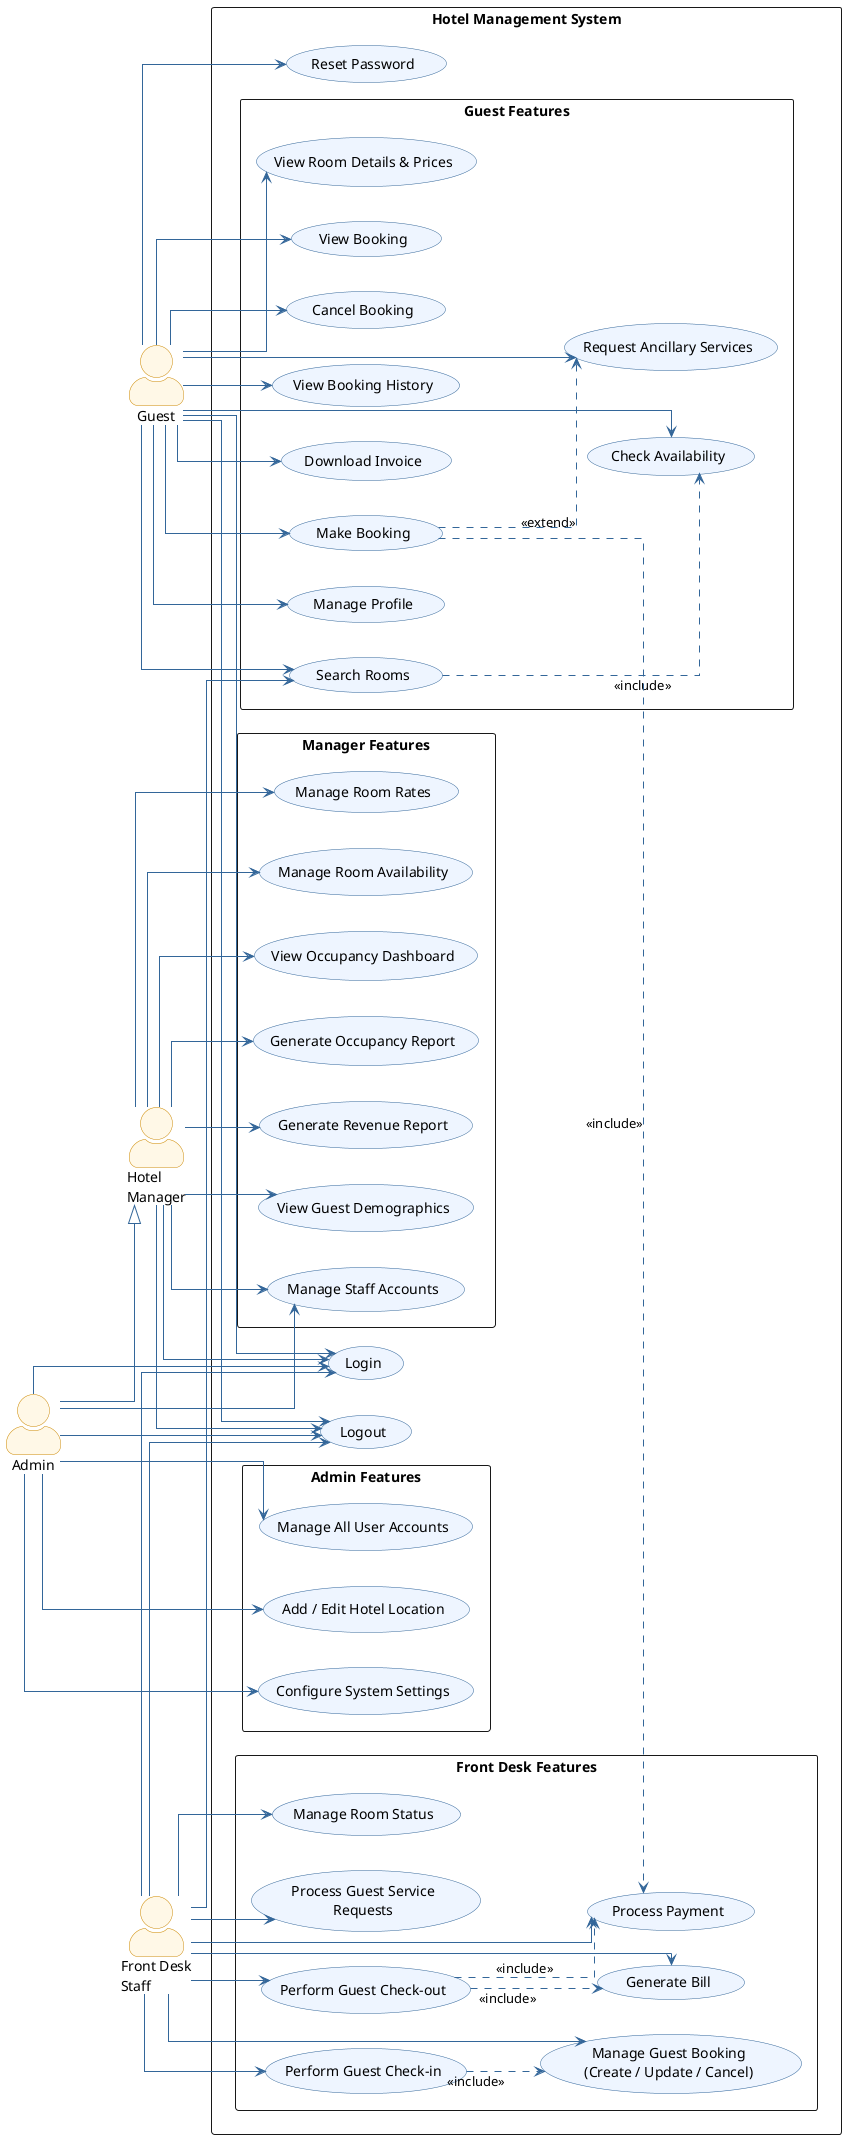
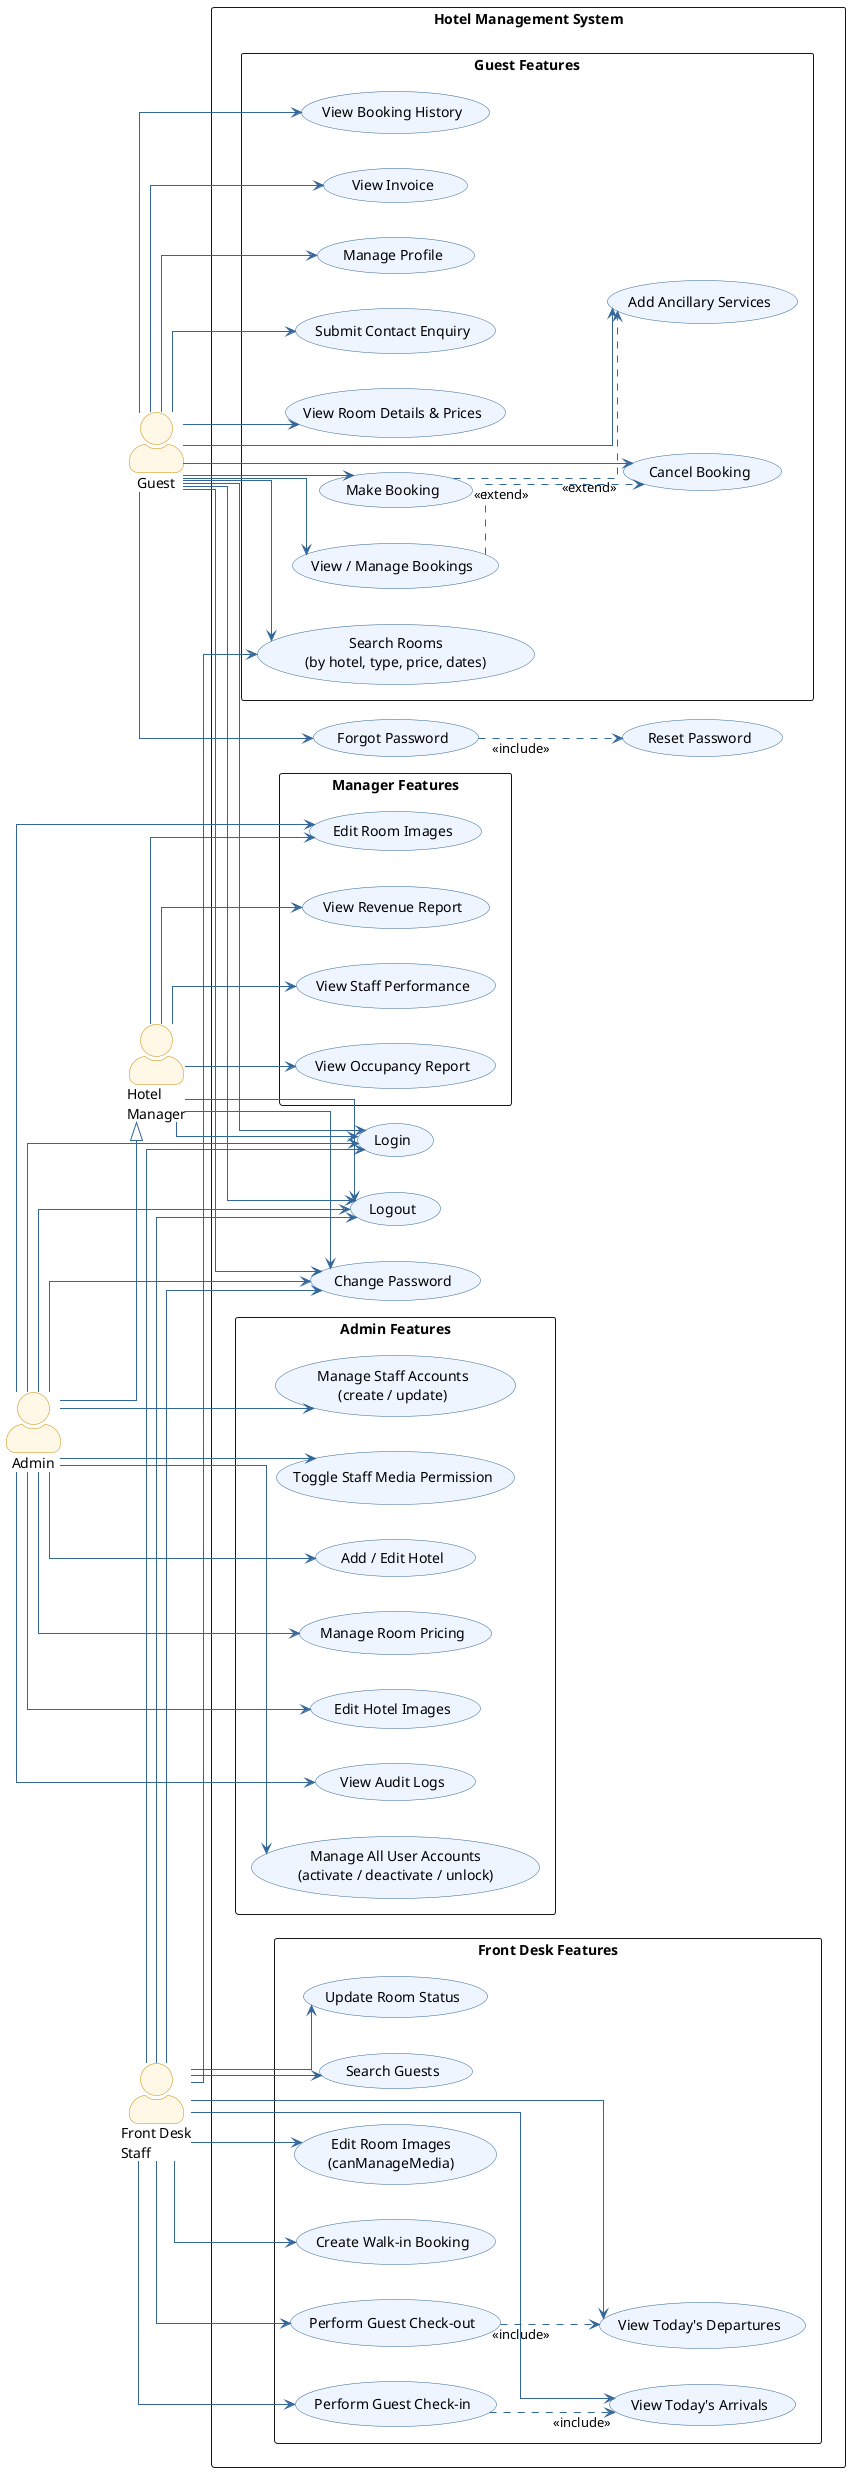
@startuml HMS_UseCaseDiagram
- ' Author: Aslan
+ ' Author: S2401265 Ahmed Aslan Ibrahim

skinparam actorStyle awesome
skinparam packageStyle rectangle
skinparam usecase {
  BackgroundColor #EEF5FF
  BorderColor #336699
}
skinparam actor {
  BackgroundColor #FFF8E7
  BorderColor #CC8800
}
skinparam ArrowColor #336699
skinparam linetype ortho

left to right direction

actor Guest          as G
actor "Front Desk\nStaff" as S
actor "Hotel\nManager"    as M
actor Admin          as A

rectangle "Hotel Management System" {

  ' ── Authentication (shared) ──
  usecase "Login"                         as UC_Login
  usecase "Logout"                        as UC_Logout
+   usecase "Change Password"               as UC_ChangePw
+   usecase "Forgot Password"               as UC_ForgotPw
  usecase "Reset Password"                as UC_ResetPw

  ' ── Guest use cases ──
  package "Guest Features" {
-     usecase "Search Rooms"                as UC_Search
+     usecase "Search Rooms\n(by hotel, type, price, dates)" as UC_Search
    usecase "View Room Details & Prices"  as UC_RoomDetail
-     usecase "Check Availability"          as UC_Avail
    usecase "Make Booking"                as UC_Book
-     usecase "View Booking"                as UC_ViewBook
+     usecase "View / Manage Bookings"      as UC_ViewBook
    usecase "Cancel Booking"              as UC_Cancel
-     usecase "Request Ancillary Services"  as UC_Services
+     usecase "Add Ancillary Services"      as UC_Services
    usecase "View Booking History"        as UC_History
-     usecase "Download Invoice"            as UC_Invoice
+     usecase "View Invoice"                as UC_Invoice
    usecase "Manage Profile"              as UC_Profile
+     usecase "Submit Contact Enquiry"      as UC_Contact
  }

  ' ── Front Desk Staff use cases ──
  package "Front Desk Features" {
-     usecase "Manage Guest Booking\n(Create / Update / Cancel)" as UC_ManageBook
+     usecase "View Today's Arrivals"       as UC_Arrivals
+     usecase "View Today's Departures"     as UC_Departures
+     usecase "Create Walk-in Booking"      as UC_WalkIn
    usecase "Perform Guest Check-in"      as UC_Checkin
    usecase "Perform Guest Check-out"     as UC_Checkout
-     usecase "Manage Room Status"          as UC_RoomStatus
-     usecase "Process Payment"             as UC_Payment
-     usecase "Generate Bill"               as UC_Bill
-     usecase "Process Guest Service\nRequests" as UC_SvcReq
+     usecase "Update Room Status"          as UC_RoomStatus
+     usecase "Search Guests"               as UC_GuestSearch
+     usecase "Edit Room Images\n(canManageMedia)" as UC_RoomImg
  }

  ' ── Hotel Manager use cases ──
  package "Manager Features" {
-     usecase "View Occupancy Dashboard"    as UC_Dashboard
-     usecase "Generate Occupancy Report"   as UC_OccRpt
-     usecase "Generate Revenue Report"     as UC_RevRpt
-     usecase "View Guest Demographics"     as UC_Demo
-     usecase "Manage Room Rates"           as UC_Rates
-     usecase "Manage Room Availability"    as UC_RoomAvail
-     usecase "Manage Staff Accounts"       as UC_StaffAcc
+     usecase "View Occupancy Report"       as UC_OccRpt
+     usecase "View Revenue Report"         as UC_RevRpt
+     usecase "View Staff Performance"      as UC_StaffPerf
+     usecase "Edit Room Images"            as UC_MgrRoomImg
  }

  ' ── Admin use cases ──
  package "Admin Features" {
-     usecase "Manage All User Accounts"    as UC_UserAcc
-     usecase "Add / Edit Hotel Location"   as UC_Hotel
-     usecase "Configure System Settings"   as UC_Settings
+     usecase "Manage All User Accounts\n(activate / deactivate / unlock)" as UC_UserAcc
+     usecase "Manage Staff Accounts\n(create / update)" as UC_StaffAcc
+     usecase "Toggle Staff Media Permission" as UC_MediaPerm
+     usecase "Add / Edit Hotel"            as UC_Hotel
+     usecase "Manage Room Pricing"         as UC_Pricing
+     usecase "Edit Hotel Images"           as UC_HotelImg
+     usecase "View Audit Logs"             as UC_Audit
  }

}

' ── Guest associations ──
G --> UC_Login
G --> UC_Logout
- G --> UC_ResetPw
+ G --> UC_ChangePw
+ G --> UC_ForgotPw
G --> UC_Search
G --> UC_RoomDetail
- G --> UC_Avail
G --> UC_Book
G --> UC_ViewBook
G --> UC_Cancel
G --> UC_Services
G --> UC_History
G --> UC_Invoice
G --> UC_Profile
+ G --> UC_Contact

- ' ── Search includes availability check ──
- UC_Search ..> UC_Avail  : <<include>>
- UC_Book   ..> UC_Payment : <<include>>
- UC_Book   ..> UC_Services : <<extend>>
+ ' ── Forgot password includes reset ──
+ UC_ForgotPw ..> UC_ResetPw : <<include>>
+ 
+ ' ── Booking includes services ──
+ UC_Book ..> UC_Services : <<extend>>
+ UC_ViewBook ..> UC_Cancel : <<extend>>

' ── Front Desk Staff associations ──
S --> UC_Login
S --> UC_Logout
- S --> UC_ManageBook
+ S --> UC_ChangePw
+ S --> UC_Arrivals
+ S --> UC_Departures
+ S --> UC_WalkIn
S --> UC_Checkin
S --> UC_Checkout
S --> UC_RoomStatus
- S --> UC_Payment
- S --> UC_Bill
- S --> UC_SvcReq
+ S --> UC_GuestSearch
+ S --> UC_RoomImg
S --> UC_Search

- UC_Checkout ..> UC_Bill    : <<include>>
- UC_Checkout ..> UC_Payment : <<include>>
- UC_Checkin  ..> UC_ManageBook : <<include>>
+ UC_Checkin  ..> UC_Arrivals   : <<include>>
+ UC_Checkout ..> UC_Departures : <<include>>

' ── Hotel Manager associations ──
M --> UC_Login
M --> UC_Logout
- M --> UC_Dashboard
+ M --> UC_ChangePw
M --> UC_OccRpt
M --> UC_RevRpt
- M --> UC_Demo
- M --> UC_Rates
- M --> UC_RoomAvail
- M --> UC_StaffAcc
+ M --> UC_StaffPerf
+ M --> UC_MgrRoomImg

' ── Admin associations ──
A --> UC_Login
A --> UC_Logout
+ A --> UC_ChangePw
A --> UC_UserAcc
+ A --> UC_StaffAcc
+ A --> UC_MediaPerm
A --> UC_Hotel
- A --> UC_Settings
- A --> UC_StaffAcc
+ A --> UC_Pricing
+ A --> UC_HotelImg
+ A --> UC_MgrRoomImg
+ A --> UC_Audit

- ' Admin extends Manager privileges
+ ' Admin can do everything a Manager can
A --|> M

@enduml
